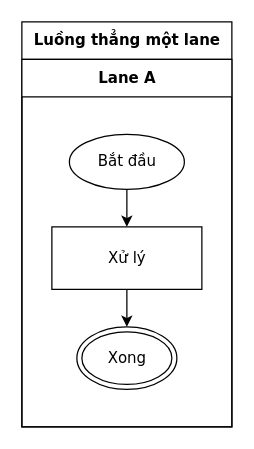
The draw.io diagram conformance/golden/cases/01-linear.drawio in luytbq/flowcast, before the edit. Source tidied: cells renumbered, new cells numbered last; positions are measured from the earlier drawing's top-left corner, leaving out a move shared by most shapes. Both pictures are drawn from the tidied source at 125%, with x=0, y=0 at pixel (21, 21).
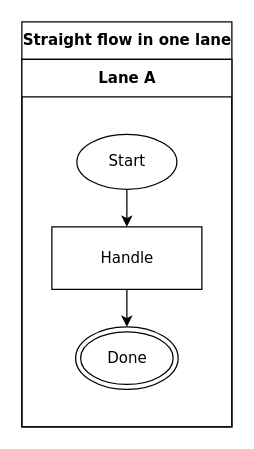
After the change.

The edit, as a diff of the source:
```diff
@@
 <mxGraphModel>
   <root>
     <mxCell id="0" />
     <mxCell id="1" parent="0" />
-    <mxCell id="2" value="Luồng thẳng một lane" style="swimlane;html=1;startSize=30;fontStyle=1;fontFamily=Verdana;fontSize=12;flowtable=1;" parent="1" vertex="1">
+    <mxCell id="2" value="Straight flow in one lane" style="swimlane;html=1;startSize=30;fontStyle=1;fontFamily=Verdana;fontSize=12;flowtable=1;" parent="1" vertex="1">
       <mxGeometry width="168" height="324" as="geometry" />
     </mxCell>
     <mxCell id="3" value="Lane A" style="swimlane;html=1;startSize=30;fontFamily=Verdana;fontSize=12;flowtable=1;" parent="2" vertex="1">
       <mxGeometry y="30" width="168" height="294" as="geometry" />
     </mxCell>
-    <mxCell id="4" value="Bắt đầu" style="ellipse;html=1;fontFamily=Verdana;fontSize=12;flowtable=1;" parent="3" vertex="1">
-      <mxGeometry x="38" y="60" width="92" height="44" as="geometry" />
+    <mxCell id="4" value="Start" style="ellipse;html=1;fontFamily=Verdana;fontSize=12;flowtable=1;" parent="3" vertex="1">
+      <mxGeometry x="44" y="60" width="80" height="44" as="geometry" />
     </mxCell>
-    <mxCell id="5" value="Xử lý" style="rounded=0;html=1;fontFamily=Verdana;fontSize=12;flowtable=1;" parent="3" vertex="1">
+    <mxCell id="5" value="Handle" style="rounded=0;html=1;fontFamily=Verdana;fontSize=12;flowtable=1;" parent="3" vertex="1">
       <mxGeometry x="24" y="134" width="120" height="50" as="geometry" />
     </mxCell>
-    <mxCell id="6" value="Xong" style="shape=doubleEllipse;html=1;fontFamily=Verdana;fontSize=12;flowtable=1;" parent="3" vertex="1">
-      <mxGeometry x="44" y="214" width="80" height="50" as="geometry" />
+    <mxCell id="6" value="Done" style="shape=doubleEllipse;html=1;fontFamily=Verdana;fontSize=12;flowtable=1;" parent="3" vertex="1">
+      <mxGeometry x="43" y="214" width="82" height="50" as="geometry" />
     </mxCell>
     <mxCell id="7" style="edgeStyle=orthogonalEdgeStyle;rounded=0;jettySize=auto;html=1;labelBackgroundColor=default;exitX=0.5;exitY=1;exitDx=0;exitDy=0;entryX=0.5;entryY=0;entryDx=0;entryDy=0;fontFamily=Verdana;fontSize=12;flowtable=1;" parent="2" edge="1" source="4" target="5">
       <mxGeometry relative="1" as="geometry" />
     </mxCell>
     <mxCell id="8" style="edgeStyle=orthogonalEdgeStyle;rounded=0;jettySize=auto;html=1;labelBackgroundColor=default;exitX=0.5;exitY=1;exitDx=0;exitDy=0;entryX=0.5;entryY=0;entryDx=0;entryDy=0;fontFamily=Verdana;fontSize=12;flowtable=1;" parent="2" edge="1" source="5" target="6">
       <mxGeometry relative="1" as="geometry" />
     </mxCell>
   </root>
 </mxGraphModel>
```
